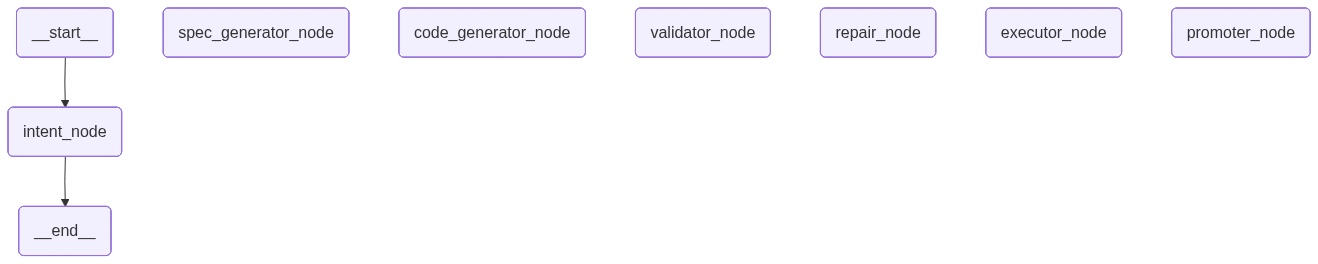
SwetaAIS2024/MCP_Tool_Code_Interpreter_Generator keeps this Mermaid diagram as pipeline_graph.png. Above is the earlier version. Its source is kept beside it as pipeline_graph.mmd.
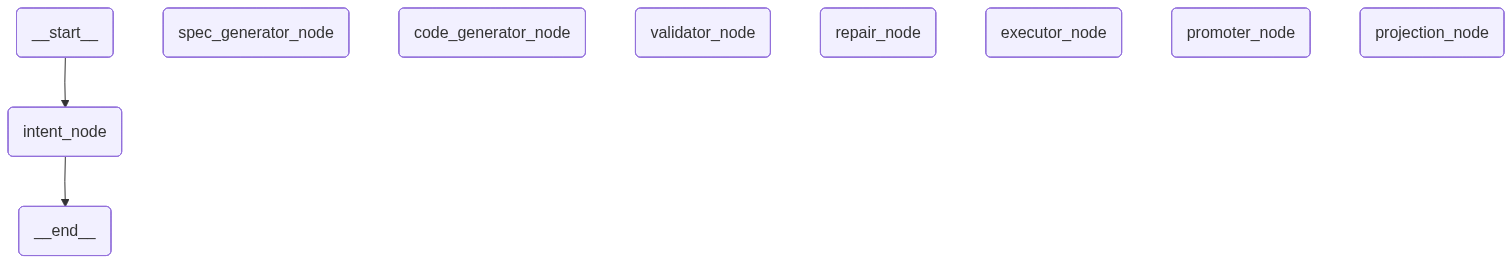
After the change.

Diff of the diagram source:
```diff
@@ -12,6 +12,7 @@
 	repair_node(repair_node)
 	executor_node(executor_node)
 	promoter_node(promoter_node)
+	projection_node(projection_node)
 	__end__(<p>__end__</p>)
 	__start__ --> intent_node;
 	intent_node --> __end__;
```
